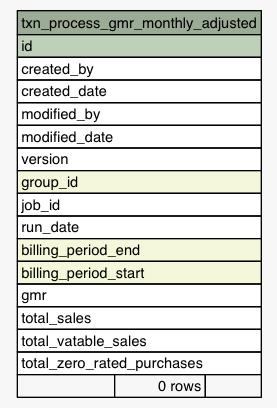
Earlier version of the Graphviz export Data/settlement/diagrams/summary/txn_process_gmr_monthly_adjusted.1degree.png (eyana-m/python-data-dictionary-writer). Its source is kept beside it as Data/settlement/diagrams/summary/txn_process_gmr_monthly_adjusted.1degree.dot.
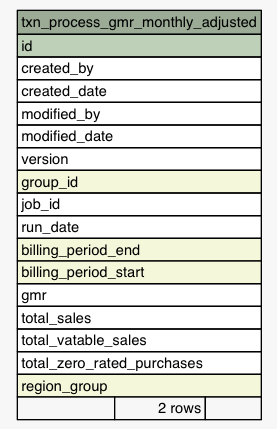
After the change.

Change to the diagram source:
```diff
@@ -34,7 +34,8 @@
       <TR><TD PORT="total_sales" COLSPAN="3" ALIGN="LEFT">total_sales</TD></TR>
       <TR><TD PORT="total_vatable_sales" COLSPAN="3" ALIGN="LEFT">total_vatable_sales</TD></TR>
       <TR><TD PORT="total_zero_rated_purchases" COLSPAN="3" ALIGN="LEFT">total_zero_rated_purchases</TD></TR>
-      <TR><TD ALIGN="LEFT" BGCOLOR="#f7f7f7">  </TD><TD ALIGN="RIGHT" BGCOLOR="#f7f7f7">0 rows</TD><TD ALIGN="RIGHT" BGCOLOR="#f7f7f7">  </TD></TR>
+      <TR><TD PORT="region_group" COLSPAN="3" BGCOLOR="#f4f7da" ALIGN="LEFT">region_group</TD></TR>
+      <TR><TD ALIGN="LEFT" BGCOLOR="#f7f7f7">  </TD><TD ALIGN="RIGHT" BGCOLOR="#f7f7f7">2 rows</TD><TD ALIGN="RIGHT" BGCOLOR="#f7f7f7">  </TD></TR>
     </TABLE>>
     URL="tables/txn_process_gmr_monthly_adjusted.html"
     tooltip="txn_process_gmr_monthly_adjusted"
```
